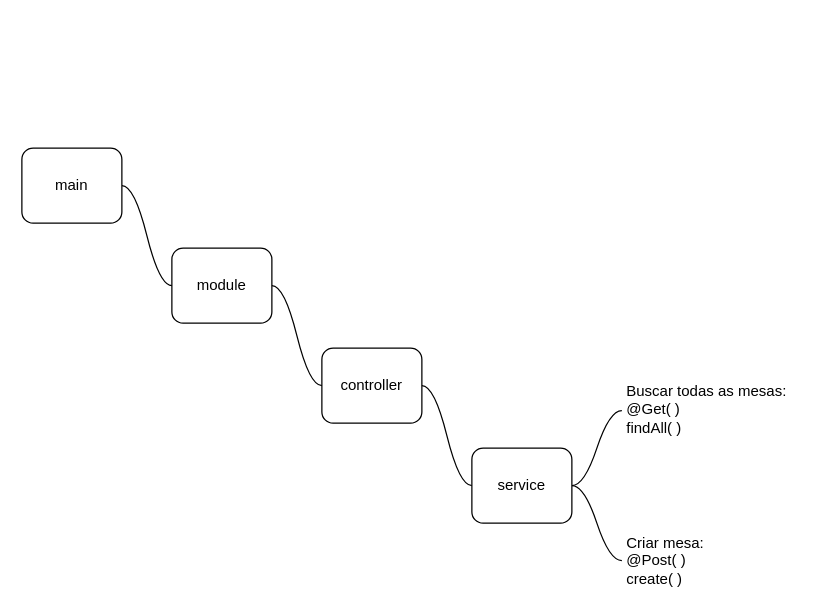
Before: page "Table" (1 of 3) of table.drawio in SandroXC/pizza-fresh-server, a draw.io diagram. Source tidied: cells renumbered, new cells numbered last; positions are measured from the earlier drawing's top-left corner, leaving out a move shared by most shapes. Both pictures are drawn from the tidied source at 125%, with x=0, y=0 at pixel (21, 148).
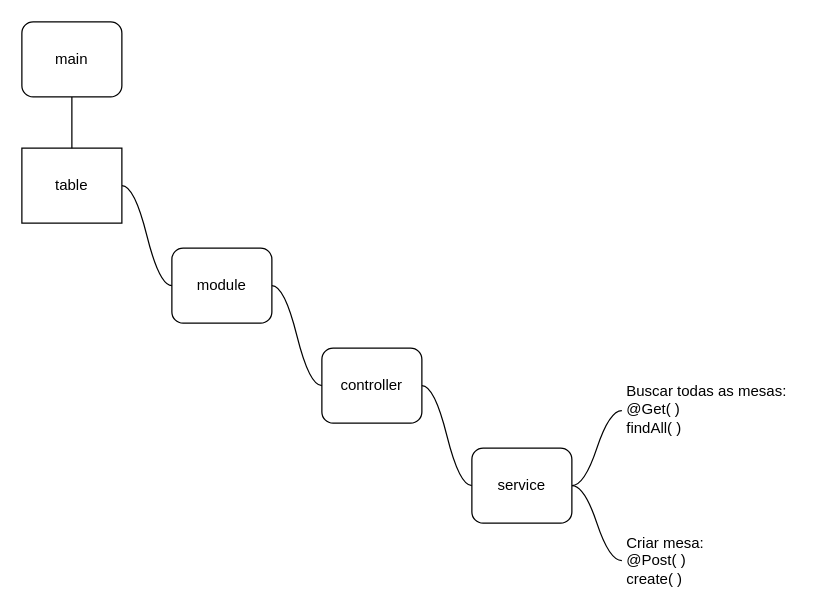
The same page after the edit.

The edit, as a diff of the source:
```diff
@@
 <mxGraphModel>
   <root>
     <mxCell id="0" />
     <mxCell id="1" parent="0" />
     <mxCell id="2" value="module" style="rounded=1;whiteSpace=wrap;html=1;" parent="1" vertex="1">
       <mxGeometry x="120" y="80" width="80" height="60" as="geometry" />
     </mxCell>
     <mxCell id="3" value="controller" style="rounded=1;whiteSpace=wrap;html=1;" parent="1" vertex="1">
       <mxGeometry x="240" y="160" width="80" height="60" as="geometry" />
     </mxCell>
     <mxCell id="4" style="edgeStyle=entityRelationEdgeStyle;startArrow=none;endArrow=none;segment=10;curved=1;sourcePerimeterSpacing=0;targetPerimeterSpacing=0;exitX=1;exitY=0.5;exitDx=0;exitDy=0;entryX=0;entryY=0.5;entryDx=0;entryDy=0;" parent="1" edge="1" source="2" target="3">
       <mxGeometry relative="1" as="geometry" />
     </mxCell>
     <mxCell id="5" style="edgeStyle=entityRelationEdgeStyle;startArrow=none;endArrow=none;segment=10;curved=1;sourcePerimeterSpacing=0;targetPerimeterSpacing=0;exitX=1;exitY=0.5;exitDx=0;exitDy=0;" parent="1" edge="1" source="11">
       <mxGeometry relative="1" as="geometry">
         <mxPoint x="480" y="210" as="targetPoint" />
       </mxGeometry>
     </mxCell>
     <mxCell id="6" style="edgeStyle=entityRelationEdgeStyle;startArrow=none;endArrow=none;segment=10;curved=1;sourcePerimeterSpacing=0;targetPerimeterSpacing=0;exitX=1;exitY=0.5;exitDx=0;exitDy=0;entryX=0;entryY=0.5;entryDx=0;entryDy=0;" parent="1" edge="1" source="9" target="2">
       <mxGeometry relative="1" as="geometry" />
     </mxCell>
     <mxCell id="7" style="edgeStyle=entityRelationEdgeStyle;startArrow=none;endArrow=none;segment=10;curved=1;sourcePerimeterSpacing=0;targetPerimeterSpacing=0;exitX=1;exitY=0.5;exitDx=0;exitDy=0;" parent="1" edge="1">
       <mxGeometry relative="1" as="geometry">
         <mxPoint x="440" y="270" as="sourcePoint" />
         <mxPoint x="480" y="330" as="targetPoint" />
       </mxGeometry>
     </mxCell>
     <mxCell id="8" value="Buscar todas as mesas:&lt;br&gt;@Get( )&lt;br&gt;findAll( )" style="text;html=1;strokeColor=none;fillColor=none;align=left;verticalAlign=middle;whiteSpace=wrap;rounded=0;" parent="1" vertex="1">
       <mxGeometry x="482" y="184" width="140" height="50" as="geometry" />
     </mxCell>
-    <mxCell id="9" value="main" style="rounded=1;whiteSpace=wrap;html=1;" parent="1" vertex="1">
+    <mxCell id="9" value="table" style="rounded=0;whiteSpace=wrap;html=1;" parent="1" vertex="1">
       <mxGeometry width="80" height="60" as="geometry" />
     </mxCell>
     <mxCell id="10" style="edgeStyle=entityRelationEdgeStyle;startArrow=none;endArrow=none;segment=10;curved=1;sourcePerimeterSpacing=0;targetPerimeterSpacing=0;exitX=1;exitY=0.5;exitDx=0;exitDy=0;entryX=0;entryY=0.5;entryDx=0;entryDy=0;" parent="1" edge="1" target="11">
       <mxGeometry relative="1" as="geometry">
         <mxPoint x="320" y="190" as="sourcePoint" />
       </mxGeometry>
     </mxCell>
     <mxCell id="11" value="service" style="rounded=1;whiteSpace=wrap;html=1;" parent="1" vertex="1">
       <mxGeometry x="360" y="240" width="80" height="60" as="geometry" />
     </mxCell>
     <mxCell id="12" value="Criar mesa:&lt;br&gt;@Post( )&lt;br&gt;create( )" style="text;html=1;strokeColor=none;fillColor=none;align=left;verticalAlign=middle;whiteSpace=wrap;rounded=0;" parent="1" vertex="1">
       <mxGeometry x="482" y="305" width="140" height="50" as="geometry" />
     </mxCell>
+    <mxCell id="13" value="main" style="rounded=1;whiteSpace=wrap;html=1;" parent="1" vertex="1">
+      <mxGeometry y="-101" width="80" height="60" as="geometry" />
+    </mxCell>
+    <mxCell id="14" style="endArrow=none;html=1;" parent="1" edge="1">
+      <mxGeometry relative="1" as="geometry">
+        <mxPoint x="40" as="sourcePoint" />
+        <mxPoint x="40" y="-1" as="targetPoint" />
+      </mxGeometry>
+    </mxCell>
+    <mxCell id="15" style="endArrow=none;html=1;entryX=0.5;entryY=1;entryDx=0;entryDy=0;" parent="1" edge="1" target="13">
+      <mxGeometry relative="1" as="geometry">
+        <mxPoint x="40" y="-1" as="sourcePoint" />
+      </mxGeometry>
+    </mxCell>
   </root>
 </mxGraphModel>
```
